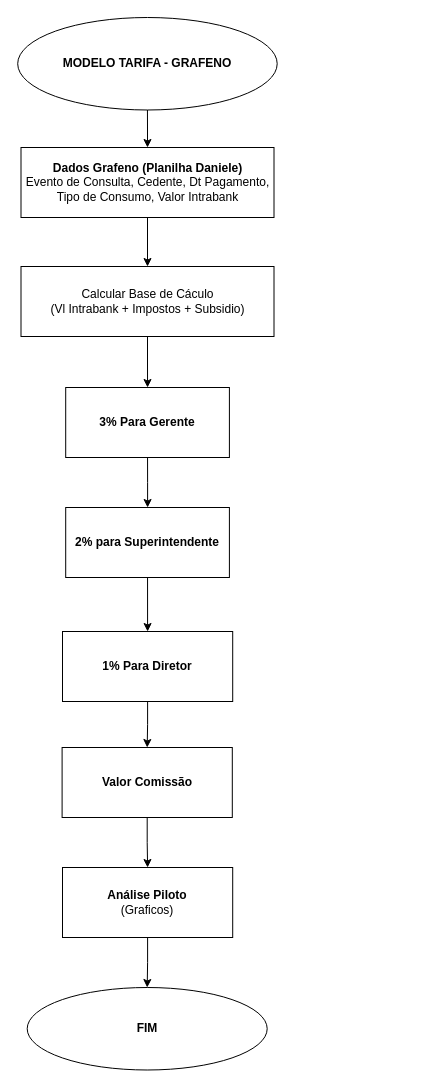
This is page "MODELO TARIFA - GRAFENO" (3 of 4) of FLUXOGRAMAS.drawio from henriquelima0/exercicios-fiap, a draw.io file, before an edit. Source tidied: cells renumbered, new cells numbered last; positions are measured from the earlier drawing's top-left corner, leaving out a move shared by most shapes. Both pictures are drawn from the tidied source at 100%, with x=0, y=0 at pixel (17, 17).
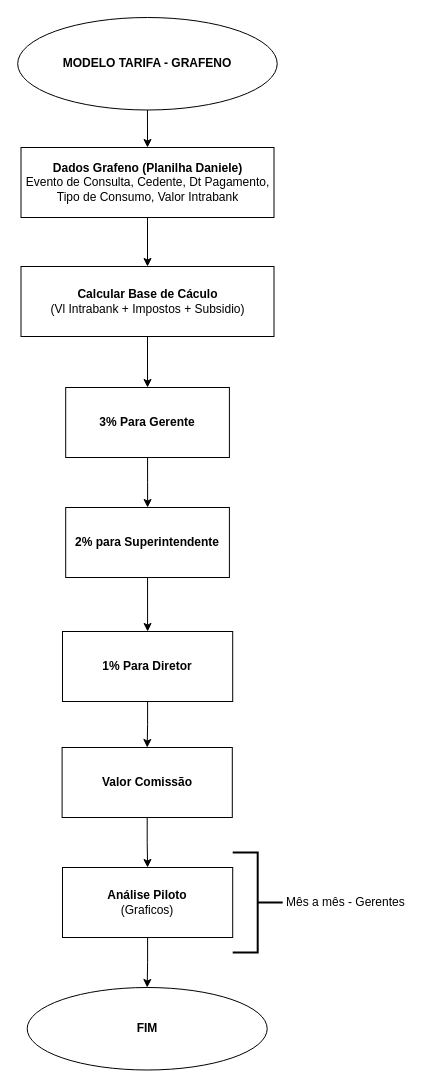
After the change.

The edit, as a diff of the source:
```diff
@@
-    <mxCell id="5" value="Calcular Base de Cáculo &lt;br&gt;(Vl Intrabank + Impostos + Subsidio)" style="rounded=0;whiteSpace=wrap;html=1;" parent="1" vertex="1">
+    <mxCell id="5" value="&lt;b&gt;Calcular Base de Cáculo &lt;/b&gt;&lt;br&gt;(Vl Intrabank + Impostos + Subsidio)" style="rounded=0;whiteSpace=wrap;html=1;" parent="1" vertex="1">
       <mxGeometry x="3.5" y="249" width="253" height="70" as="geometry" />
     </mxCell>
@@
+    <mxCell id="19" style="strokeWidth=2;html=1;shape=mxgraph.flowchart.annotation_2;align=left;labelPosition=right;direction=west;" parent="1" vertex="1">
+      <mxGeometry x="215.2" y="835" width="50" height="100" as="geometry" />
+    </mxCell>
+    <mxCell id="20" value="&lt;h1 style=&quot;margin-top: 0px;&quot;&gt;&lt;span style=&quot;font-size: 12px; font-weight: 400;&quot;&gt;Mês a mês - Gerentes&lt;/span&gt;&lt;/h1&gt;" style="text;html=1;whiteSpace=wrap;overflow=hidden;rounded=0;" parent="1" vertex="1">
+      <mxGeometry x="267" y="860" width="136" height="50" as="geometry" />
+    </mxCell>
```
